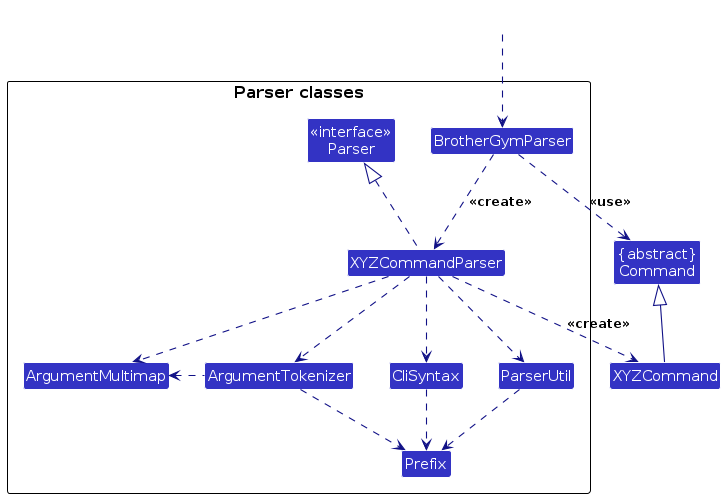
AY2627S1-CS2103T-T11-4/tp keeps this PlantUML diagram as diagrams/ParserClasses.png. Above is the earlier version. Its source is kept beside it as diagrams/ParserClasses.puml. Source of this version:
```plantuml
@startuml
!include style.puml
skinparam arrowThickness 1.1
skinparam arrowColor LOGIC_COLOR_T4
skinparam classBackgroundColor LOGIC_COLOR

Class "{abstract}\nCommand" as Command
Class XYZCommand

package "Parser classes"{
Class "<<interface>>\nParser" as Parser
Class BrotherGymParser
Class XYZCommandParser
Class CliSyntax
Class ParserUtil
Class ArgumentMultimap
Class ArgumentTokenizer
Class Prefix
}

Class HiddenOutside #FFFFFF
HiddenOutside ..> BrotherGymParser

BrotherGymParser .down.> XYZCommandParser: <<create>>

XYZCommandParser ..> XYZCommand : <<create>>
BrotherGymParser ..> Command : <<use>>
XYZCommandParser .up.|> Parser
XYZCommandParser ..> ArgumentMultimap
XYZCommandParser ..> ArgumentTokenizer
ArgumentTokenizer .left.> ArgumentMultimap
XYZCommandParser ..> CliSyntax
CliSyntax ..> Prefix
XYZCommandParser ..> ParserUtil
ParserUtil .down.> Prefix
ArgumentTokenizer .down.> Prefix
XYZCommand -up-|> Command
@enduml
```
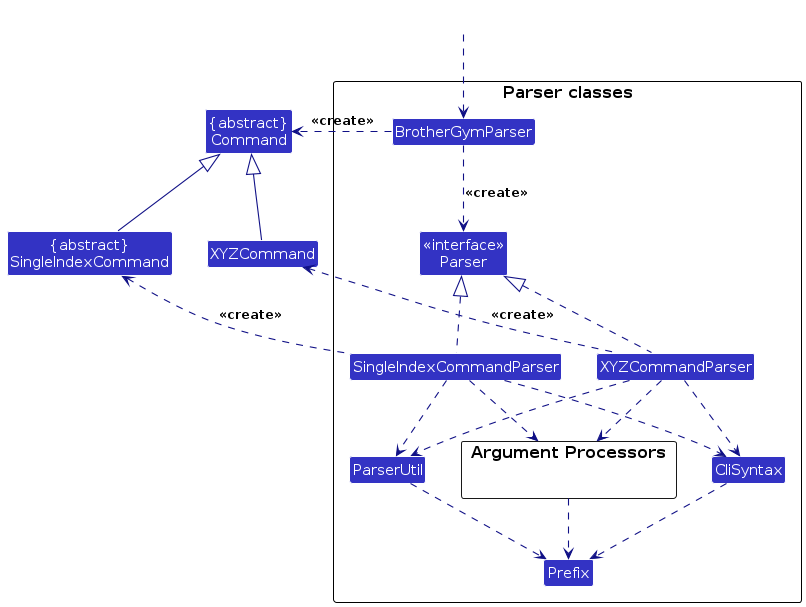
After the commit.

Diff of the diagram source:
```diff
@@ -6,33 +6,43 @@
 
 Class "{abstract}\nCommand" as Command
 Class XYZCommand
+Class "{abstract}\nSingleIndexCommand" as SingleIndexCommand
 
 package "Parser classes"{
-Class "<<interface>>\nParser" as Parser
-Class BrotherGymParser
-Class XYZCommandParser
-Class CliSyntax
-Class ParserUtil
-Class ArgumentMultimap
-Class ArgumentTokenizer
-Class Prefix
+    Class "<<interface>>\nParser" as Parser
+    Class BrotherGymParser
+    Class XYZCommandParser
+    Class SingleIndexCommandParser
+
+    package "Argument Processors" {}
+    Class ParserUtil
+    Class CliSyntax
+    Class Prefix
 }
 
 Class HiddenOutside #FFFFFF
 HiddenOutside ..> BrotherGymParser
 
-BrotherGymParser .down.> XYZCommandParser: <<create>>
+BrotherGymParser ..> Parser : <<create>>
+XYZCommandParser .up.|> Parser
+SingleIndexCommandParser .up.|> Parser
 
-XYZCommandParser ..> XYZCommand : <<create>>
-BrotherGymParser ..> Command : <<use>>
-XYZCommandParser .up.|> Parser
-XYZCommandParser ..> ArgumentMultimap
-XYZCommandParser ..> ArgumentTokenizer
-ArgumentTokenizer .left.> ArgumentMultimap
+XYZCommandParser .up.> XYZCommand : <<create>>
+SingleIndexCommandParser .up.> SingleIndexCommand : <<create>>
+
+BrotherGymParser ..> Command : <<create>>
+XYZCommand -up-|> Command
+SingleIndexCommand -up-|> Command
+
+XYZCommandParser ..> "Argument Processors"
+SingleIndexCommandParser ..> "Argument Processors"
+XYZCommandParser ..> ParserUtil
+SingleIndexCommandParser ..> ParserUtil
 XYZCommandParser ..> CliSyntax
+SingleIndexCommandParser ..> CliSyntax
+
+"Argument Processors" ..> Prefix
 CliSyntax ..> Prefix
-XYZCommandParser ..> ParserUtil
-ParserUtil .down.> Prefix
-ArgumentTokenizer .down.> Prefix
-XYZCommand -up-|> Command
+ParserUtil ..> Prefix
+
 @enduml
```
